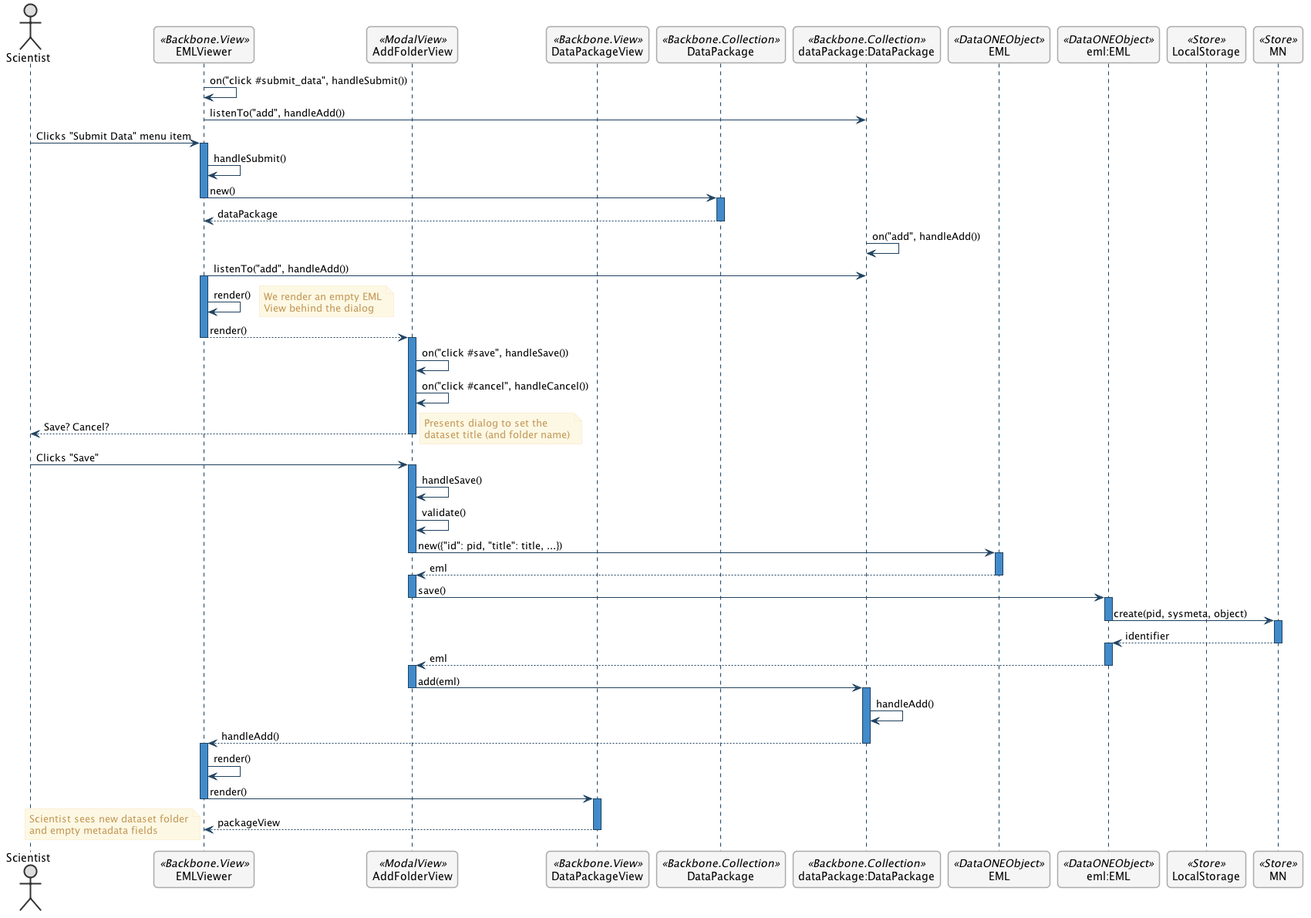
Before: metacatui/docs/design/editor/use-cases/images/add-a-folder-sequence-diagram.png, a diagram exported from PlantUML (NCEAS/metacatui).
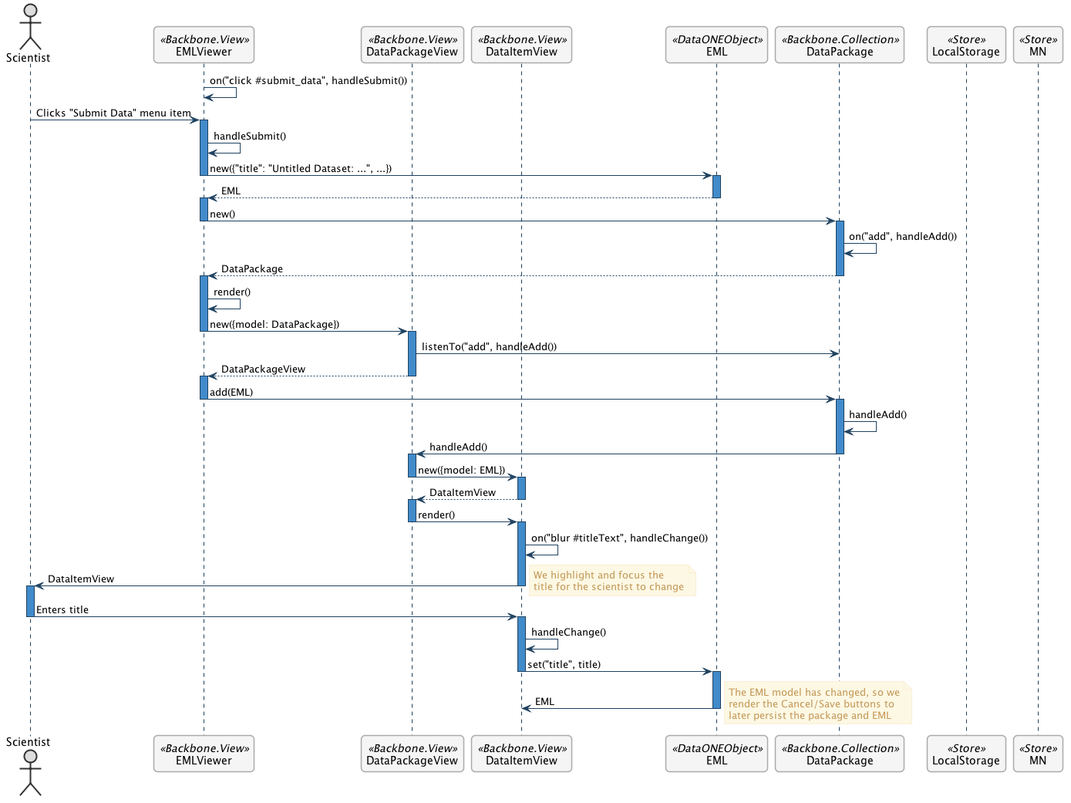
Later version of the same file.

Commit message:
Change the sequence diagram to no longer use a modal dialog (as was discussed and suggested by Bryce).

refs https://projects.ecoinformatics.org/ecoinfo/issues/7047

What changed in the source:
```diff
@@ -35,97 +35,93 @@
 
   actor "Scientist"
   participant EMLViewer as View <<Backbone.View>>
-  participant AddFolderView as AddFolderView  <<ModalView>>
-  participant DataPackageView as PackageView  <<Backbone.View>>
+  participant DataPackageView as PackageView <<Backbone.View>>
+  participant DataItemView as DataItemView <<Backbone.View>>
+  participant EML as EML <<DataONEObject>>
   participant DataPackage as DataPackage <<Backbone.Collection>>
-  participant dataPackage as "dataPackage:DataPackage" <<Backbone.Collection>>
-  participant EML as EML <<DataONEObject>>
-  participant eml as "eml:EML" <<DataONEObject>>
-  participant LocalStorage as LocalStore  <<Store>>
-  participant MN as MN  <<Store>>
+  participant LocalStorage as LocalStore <<Store>>
+  participant MN as MN <<Store>>
 
   View -> View : on("click #submit_data", handleSubmit())
-  View -> dataPackage : listenTo("add", handleAdd())
   Scientist -> View : Clicks "Submit Data" menu item
 
   activate View
     View -> View : handleSubmit()
+    View -> EML : new({"title": "Untitled Dataset: ...", ...})
+  deactivate View
+
+  activate EML
+    EML --> View : EML
+  deactivate EML
+
+  activate View
     View -> DataPackage : new()
   deactivate View
 
   activate DataPackage
-    DataPackage --> View : dataPackage
+  DataPackage -> DataPackage : on("add", handleAdd())
+     DataPackage --> View : DataPackage
   deactivate DataPackage
 
-  dataPackage -> dataPackage : on("add", handleAdd())
 
-  View -> dataPackage : listenTo("add", handleAdd())
-  activate View
-    View -> View : render()
-    note right
-      We render an empty EML
-      View behind the dialog
-    end note
-    View --> AddFolderView : render()
-  deactivate View
-
-  activate AddFolderView
-    AddFolderView -> AddFolderView : on("click #save", handleSave())
-    AddFolderView -> AddFolderView : on("click #cancel", handleCancel())
-    AddFolderView --> Scientist : Save? Cancel?
-    note right
-      Presents dialog to set the
-      dataset title (and folder name)
-    end note
-  deactivate AddFolderView
-
-  Scientist -> AddFolderView : Clicks "Save"
-
-  activate AddFolderView
-    AddFolderView -> AddFolderView : handleSave()
-    AddFolderView -> AddFolderView : validate()
-    AddFolderView -> EML : new({"id": pid, "title": title, ...})
-  deactivate AddFolderView
-
-  activate EML
-    EML --> AddFolderView : eml
-  deactivate EML
-
-  activate AddFolderView
-      AddFolderView -> eml: save()
-  deactivate AddFolderView
-
-  activate eml
-    eml -> MN : create(pid, sysmeta, object)
-  deactivate eml
-
-  activate MN
-    MN --> eml : identifier
-  deactivate MN
-
-  activate eml
-    eml --> AddFolderView : eml
-  deactivate eml
-
-  activate AddFolderView
-    AddFolderView -> dataPackage : add(eml)
-  deactivate AddFolderView
-
-  activate dataPackage
-    dataPackage -> dataPackage : handleAdd()
-    dataPackage --> View : handleAdd()
-  deactivate dataPackage
 
   activate View
     View -> View : render()
-    View -> PackageView : render()
+    View -> PackageView : new({model: DataPackage})
   deactivate View
 
   activate PackageView
-    PackageView --> View : packageView
+    PackageView -> DataPackage : listenTo("add", handleAdd())
+    PackageView --> View : DataPackageView
   deactivate PackageView
-  note left
-    Scientist sees new dataset folder
-    and empty metadata fields
-  end note
+
+  activate View
+    View -> DataPackage : add(EML)
+  deactivate View
+
+  activate DataPackage
+    DataPackage -> DataPackage : handleAdd()
+    DataPackage -> PackageView : handleAdd()
+  deactivate DataPackage
+
+  activate PackageView
+    PackageView -> DataItemView : new({model: EML})
+  deactivate PackageView
+
+  activate DataItemView
+    DataItemView --> PackageView : DataItemView
+  deactivate DataItemView
+
+  activate PackageView
+    PackageView -> DataItemView : render()
+  deactivate PackageView
+
+  activate DataItemView
+    DataItemView -> DataItemView : on("blur #titleText", handleChange())
+    DataItemView -> Scientist: DataItemView
+    note right
+      We highlight and focus the
+      title for the scientist to change
+    end note
+  deactivate DataItemView
+
+  activate Scientist
+    Scientist -> DataItemView : Enters title
+  deactivate Scientist
+
+  activate DataItemView
+    DataItemView -> DataItemView : handleChange()
+    DataItemView -> EML : set("title", title)
+  deactivate DataItemView
+
+
+  activate EML
+    EML -> DataItemView : EML
+    note right
+      The EML model has changed, so we
+      render the Cancel/Save buttons to
+      later persist the package and EML
+    end note
+  deactivate EML
+
 @enduml
```
